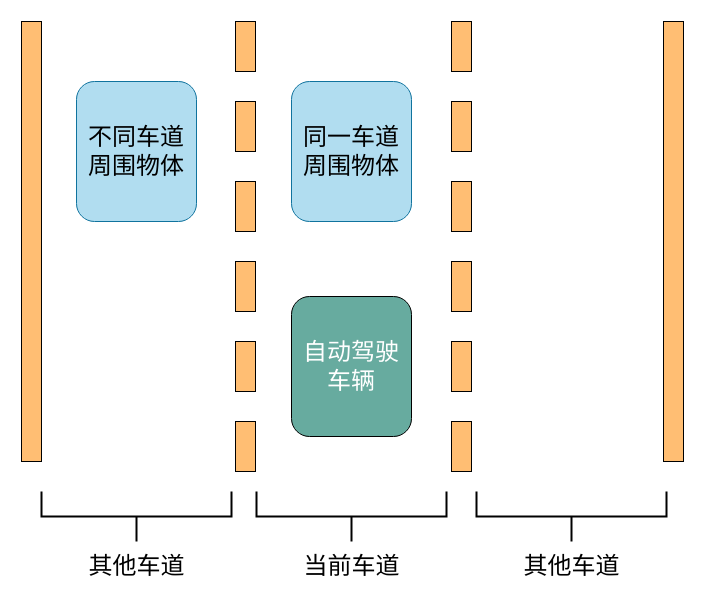
This is lane_illustration.drawio from puresummersky/ML_web, a draw.io file, before an edit. Source tidied: cells renumbered, new cells numbered last; positions are measured from the earlier drawing's top-left corner, leaving out a move shared by most shapes. Both pictures are drawn from the tidied source at 100%, with x=0, y=0 at pixel (21, 21).
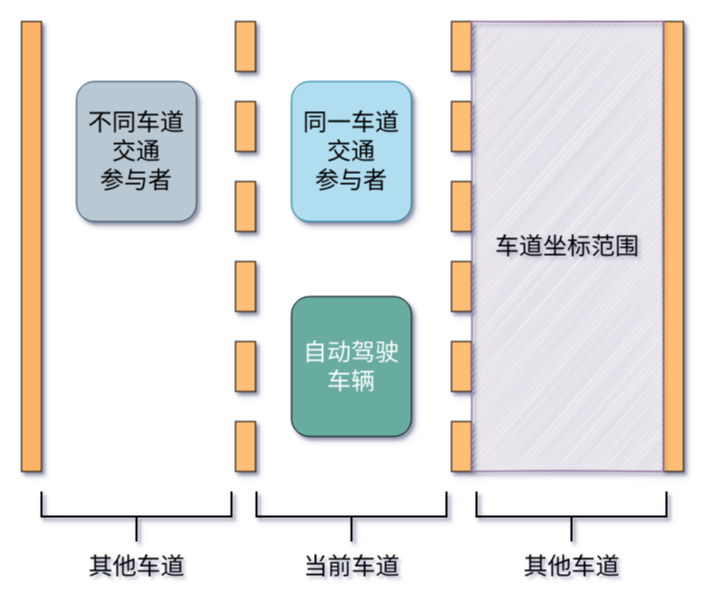
The same diagram, later.

What changed in the source:
```diff
@@
-<mxGraphModel>
+<mxGraphModel shadow="1">
@@
-    <mxCell id="2" style="rounded=0;whiteSpace=wrap;html=1;fillColor=#FFBE73;strokeColor=#000000;" parent="1" vertex="1">
+    <mxCell id="2" style="rounded=0;whiteSpace=wrap;html=1;fillColor=#FFBE73;strokeColor=#000000;shadow=1;" parent="1" vertex="1">
       <mxGeometry x="214" width="20" height="50" as="geometry" />
     </mxCell>
-    <mxCell id="3" style="rounded=0;whiteSpace=wrap;html=1;fillColor=#FFBE73;" parent="1" vertex="1">
-      <mxGeometry width="20" height="440" as="geometry" />
+    <mxCell id="3" style="rounded=0;whiteSpace=wrap;html=1;fillColor=#FFB366;shadow=1;" parent="1" vertex="1">
+      <mxGeometry width="20" height="450" as="geometry" />
     </mxCell>
-    <mxCell id="4" style="rounded=0;whiteSpace=wrap;html=1;fillColor=#FFBE73;" parent="1" vertex="1">
-      <mxGeometry x="642" width="20" height="440" as="geometry" />
+    <mxCell id="4" style="rounded=0;whiteSpace=wrap;html=1;fillColor=#FFBE73;shadow=1;" parent="1" vertex="1">
+      <mxGeometry x="642" width="20" height="450" as="geometry" />
     </mxCell>
-    <mxCell id="5" style="rounded=0;whiteSpace=wrap;html=1;fillColor=#FFBE73;strokeColor=#000000;" parent="1" vertex="1">
+    <mxCell id="5" style="rounded=0;whiteSpace=wrap;html=1;fillColor=#FFBE73;strokeColor=#000000;shadow=1;" parent="1" vertex="1">
       <mxGeometry x="214" y="80" width="20" height="50" as="geometry" />
     </mxCell>
-    <mxCell id="6" style="rounded=0;whiteSpace=wrap;html=1;fillColor=#FFBE73;strokeColor=#000000;" parent="1" vertex="1">
+    <mxCell id="6" style="rounded=0;whiteSpace=wrap;html=1;fillColor=#FFBE73;strokeColor=#000000;shadow=1;" parent="1" vertex="1">
       <mxGeometry x="214" y="160" width="20" height="50" as="geometry" />
     </mxCell>
-    <mxCell id="7" style="rounded=0;whiteSpace=wrap;html=1;fillColor=#FFBE73;strokeColor=#000000;" parent="1" vertex="1">
+    <mxCell id="7" style="rounded=0;whiteSpace=wrap;html=1;fillColor=#FFBE73;strokeColor=#000000;shadow=1;" parent="1" vertex="1">
       <mxGeometry x="214" y="240" width="20" height="50" as="geometry" />
     </mxCell>
-    <mxCell id="8" style="rounded=0;whiteSpace=wrap;html=1;fillColor=#FFBE73;strokeColor=#000000;" parent="1" vertex="1">
+    <mxCell id="8" style="rounded=0;whiteSpace=wrap;html=1;fillColor=#FFBE73;strokeColor=#000000;shadow=1;" parent="1" vertex="1">
       <mxGeometry x="214" y="320" width="20" height="50" as="geometry" />
     </mxCell>
-    <mxCell id="9" style="rounded=0;whiteSpace=wrap;html=1;fillColor=#FFBE73;strokeColor=#000000;" parent="1" vertex="1">
+    <mxCell id="9" style="rounded=0;whiteSpace=wrap;html=1;fillColor=#FFBE73;strokeColor=#000000;shadow=1;" parent="1" vertex="1">
       <mxGeometry x="214" y="400" width="20" height="50" as="geometry" />
     </mxCell>
-    <mxCell id="10" style="rounded=0;whiteSpace=wrap;html=1;fillColor=#FFBE73;strokeColor=#000000;" parent="1" vertex="1">
+    <mxCell id="10" style="rounded=0;whiteSpace=wrap;html=1;fillColor=#FFBE73;strokeColor=#000000;shadow=1;" parent="1" vertex="1">
       <mxGeometry x="430" width="20" height="50" as="geometry" />
     </mxCell>
-    <mxCell id="11" style="rounded=0;whiteSpace=wrap;html=1;fillColor=#FFBE73;strokeColor=#000000;" parent="1" vertex="1">
+    <mxCell id="11" style="rounded=0;whiteSpace=wrap;html=1;fillColor=#FFBE73;strokeColor=#000000;shadow=1;" parent="1" vertex="1">
       <mxGeometry x="430" y="80" width="20" height="50" as="geometry" />
     </mxCell>
-    <mxCell id="12" style="rounded=0;whiteSpace=wrap;html=1;fillColor=#FFBE73;strokeColor=#000000;" parent="1" vertex="1">
+    <mxCell id="12" style="rounded=0;whiteSpace=wrap;html=1;fillColor=#FFBE73;strokeColor=#000000;shadow=1;" parent="1" vertex="1">
       <mxGeometry x="430" y="160" width="20" height="50" as="geometry" />
     </mxCell>
-    <mxCell id="13" style="rounded=0;whiteSpace=wrap;html=1;fillColor=#FFBE73;strokeColor=#000000;" parent="1" vertex="1">
+    <mxCell id="13" style="rounded=0;whiteSpace=wrap;html=1;fillColor=#FFBE73;strokeColor=#000000;shadow=1;" parent="1" vertex="1">
       <mxGeometry x="430" y="240" width="20" height="50" as="geometry" />
     </mxCell>
-    <mxCell id="14" style="rounded=0;whiteSpace=wrap;html=1;fillColor=#FFBE73;strokeColor=#000000;" parent="1" vertex="1">
+    <mxCell id="14" style="rounded=0;whiteSpace=wrap;html=1;fillColor=#FFBE73;strokeColor=#000000;shadow=1;" parent="1" vertex="1">
       <mxGeometry x="430" y="320" width="20" height="50" as="geometry" />
     </mxCell>
-    <mxCell id="15" style="rounded=0;whiteSpace=wrap;html=1;fillColor=#FFBE73;strokeColor=#000000;" parent="1" vertex="1">
+    <mxCell id="15" style="rounded=0;whiteSpace=wrap;html=1;fillColor=#FFBE73;strokeColor=#000000;shadow=1;" parent="1" vertex="1">
       <mxGeometry x="430" y="400" width="20" height="50" as="geometry" />
     </mxCell>
-    <mxCell id="16" value="&lt;div&gt;&lt;font style=&quot;font-size: 24px;&quot; face=&quot;Helvetica&quot; color=&quot;#FFFFFF&quot;&gt;自动驾驶车辆&lt;/font&gt;&lt;/div&gt;" style="rounded=1;whiteSpace=wrap;html=1;strokeColor=#000000;fillColor=#67AB9F;" parent="1" vertex="1">
+    <mxCell id="16" value="&lt;div&gt;&lt;font style=&quot;font-size: 24px;&quot; face=&quot;Helvetica&quot; color=&quot;#FFFFFF&quot;&gt;自动驾驶车辆&lt;/font&gt;&lt;/div&gt;" style="rounded=1;whiteSpace=wrap;html=1;strokeColor=#000000;fillColor=#67AB9F;shadow=1;" parent="1" vertex="1">
       <mxGeometry x="270" y="275" width="120" height="140" as="geometry" />
     </mxCell>
-    <mxCell id="17" value="&lt;div&gt;&lt;font style=&quot;font-size: 24px;&quot; face=&quot;Helvetica&quot;&gt;不同车道周围物体&lt;/font&gt;&lt;/div&gt;" style="rounded=1;whiteSpace=wrap;html=1;strokeColor=#10739e;fillColor=#b1ddf0;fontColor=#000000;" parent="1" vertex="1">
+    <mxCell id="17" value="&lt;div&gt;&lt;font style=&quot;font-size: 24px;&quot; face=&quot;Helvetica&quot;&gt;不同&lt;/font&gt;&lt;font style=&quot;font-size: 24px;&quot; face=&quot;Helvetica&quot;&gt;车道交通&lt;/font&gt;&lt;div&gt;&lt;font style=&quot;font-size: 24px;&quot; face=&quot;Helvetica&quot;&gt;参与者&lt;br&gt;&lt;/font&gt;&lt;/div&gt;&lt;/div&gt;" style="rounded=1;whiteSpace=wrap;html=1;strokeColor=#23445d;fillColor=#bac8d3;shadow=1;" parent="1" vertex="1">
       <mxGeometry x="55" y="60" width="120" height="140" as="geometry" />
     </mxCell>
-    <mxCell id="18" style="strokeWidth=2;html=1;shape=mxgraph.flowchart.annotation_2;align=left;labelPosition=right;fontFamily=Helvetica;fontSize=24;fontColor=#000000;fillColor=#67AB9F;rotation=-90;" parent="1" vertex="1">
+    <mxCell id="18" style="strokeWidth=2;html=1;shape=mxgraph.flowchart.annotation_2;align=left;labelPosition=right;fontFamily=Helvetica;fontSize=24;fontColor=#000000;fillColor=#67AB9F;rotation=-90;shadow=1;" parent="1" vertex="1">
       <mxGeometry x="90" y="400" width="50" height="190" as="geometry" />
     </mxCell>
-    <mxCell id="19" value="其他车道" style="text;html=1;align=center;verticalAlign=middle;strokeColor=none;fillColor=none;fontSize=24;fontFamily=Helvetica;fontColor=#000000;" parent="1" vertex="1">
+    <mxCell id="19" value="其他车道" style="text;html=1;align=center;verticalAlign=middle;strokeColor=none;fillColor=none;fontSize=24;fontFamily=Helvetica;fontColor=#000000;shadow=1;" parent="1" vertex="1">
       <mxGeometry x="60" y="530" width="110" height="30" as="geometry" />
     </mxCell>
-    <mxCell id="20" style="strokeWidth=2;html=1;shape=mxgraph.flowchart.annotation_2;align=left;labelPosition=right;fontFamily=Helvetica;fontSize=24;fontColor=#000000;fillColor=#67AB9F;rotation=-90;" parent="1" vertex="1">
+    <mxCell id="20" style="strokeWidth=2;html=1;shape=mxgraph.flowchart.annotation_2;align=left;labelPosition=right;fontFamily=Helvetica;fontSize=24;fontColor=#000000;fillColor=#67AB9F;rotation=-90;shadow=1;" parent="1" vertex="1">
       <mxGeometry x="305" y="400" width="50" height="190" as="geometry" />
     </mxCell>
-    <mxCell id="21" value="当前车道" style="text;html=1;align=center;verticalAlign=middle;strokeColor=none;fillColor=none;fontSize=24;fontFamily=Helvetica;fontColor=#000000;" parent="1" vertex="1">
+    <mxCell id="21" value="当前车道" style="text;html=1;align=center;verticalAlign=middle;strokeColor=none;fillColor=none;fontSize=24;fontFamily=Helvetica;fontColor=#000000;shadow=1;" parent="1" vertex="1">
       <mxGeometry x="275" y="530" width="110" height="30" as="geometry" />
     </mxCell>
-    <mxCell id="22" style="strokeWidth=2;html=1;shape=mxgraph.flowchart.annotation_2;align=left;labelPosition=right;fontFamily=Helvetica;fontSize=24;fontColor=#000000;fillColor=#67AB9F;rotation=-90;" parent="1" vertex="1">
+    <mxCell id="22" style="strokeWidth=2;html=1;shape=mxgraph.flowchart.annotation_2;align=left;labelPosition=right;fontFamily=Helvetica;fontSize=24;fontColor=#000000;fillColor=#67AB9F;rotation=-90;shadow=1;" parent="1" vertex="1">
       <mxGeometry x="525" y="400" width="50" height="190" as="geometry" />
     </mxCell>
-    <mxCell id="23" value="其他车道" style="text;html=1;align=center;verticalAlign=middle;strokeColor=none;fillColor=none;fontSize=24;fontFamily=Helvetica;fontColor=#000000;" parent="1" vertex="1">
+    <mxCell id="23" value="其他车道" style="text;html=1;align=center;verticalAlign=middle;strokeColor=none;fillColor=none;fontSize=24;fontFamily=Helvetica;fontColor=#000000;shadow=1;" parent="1" vertex="1">
       <mxGeometry x="495" y="530" width="110" height="30" as="geometry" />
     </mxCell>
-    <mxCell id="24" value="&lt;div&gt;&lt;font style=&quot;font-size: 24px;&quot; face=&quot;Helvetica&quot;&gt;同一车道周围物体&lt;/font&gt;&lt;/div&gt;" style="rounded=1;whiteSpace=wrap;html=1;strokeColor=#10739e;fillColor=#b1ddf0;fontColor=#000000;" parent="1" vertex="1">
+    <mxCell id="24" value="&lt;div&gt;&lt;font style=&quot;font-size: 24px;&quot; face=&quot;Helvetica&quot;&gt;同一车道交通&lt;/font&gt;&lt;/div&gt;&lt;div&gt;&lt;font style=&quot;font-size: 24px;&quot; face=&quot;Helvetica&quot;&gt;参与者&lt;br&gt;&lt;/font&gt;&lt;/div&gt;" style="rounded=1;whiteSpace=wrap;html=1;strokeColor=#10739e;fillColor=#b1ddf0;fontColor=#000000;shadow=1;" parent="1" vertex="1">
       <mxGeometry x="270" y="60" width="120" height="140" as="geometry" />
     </mxCell>
+    <mxCell id="25" value="车道坐标范围" style="rounded=0;whiteSpace=wrap;html=1;fontFamily=Helvetica;fontSize=24;strokeColor=#9673a6;fillColor=#e1d5e7;glass=0;sketch=1;shadow=1;" parent="1" vertex="1">
+      <mxGeometry x="450" width="192" height="450" as="geometry" />
+    </mxCell>
```
